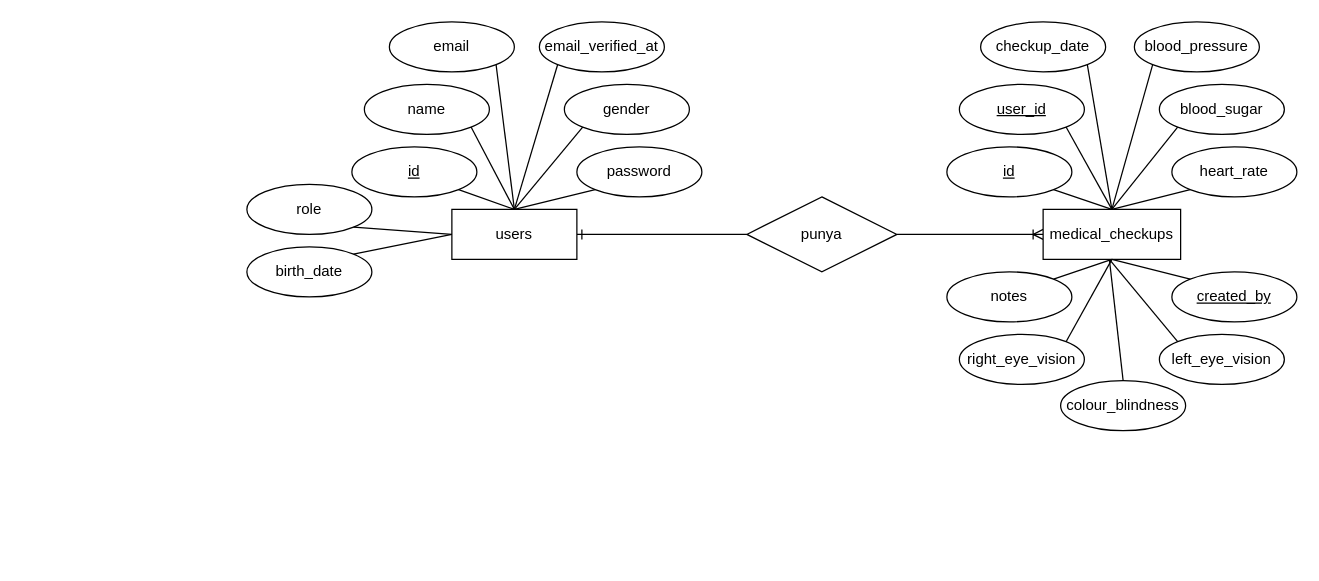
Earlier version of the draw.io diagram Healthy+ - Jurnal.drawio (dapzz-id/DrawIO). Source tidied: cells renumbered, new cells numbered last; positions are measured from the earlier drawing's top-left corner, leaving out a move shared by most shapes. Both pictures are drawn from the tidied source at 125%, with x=0, y=0 at pixel (246, 21).
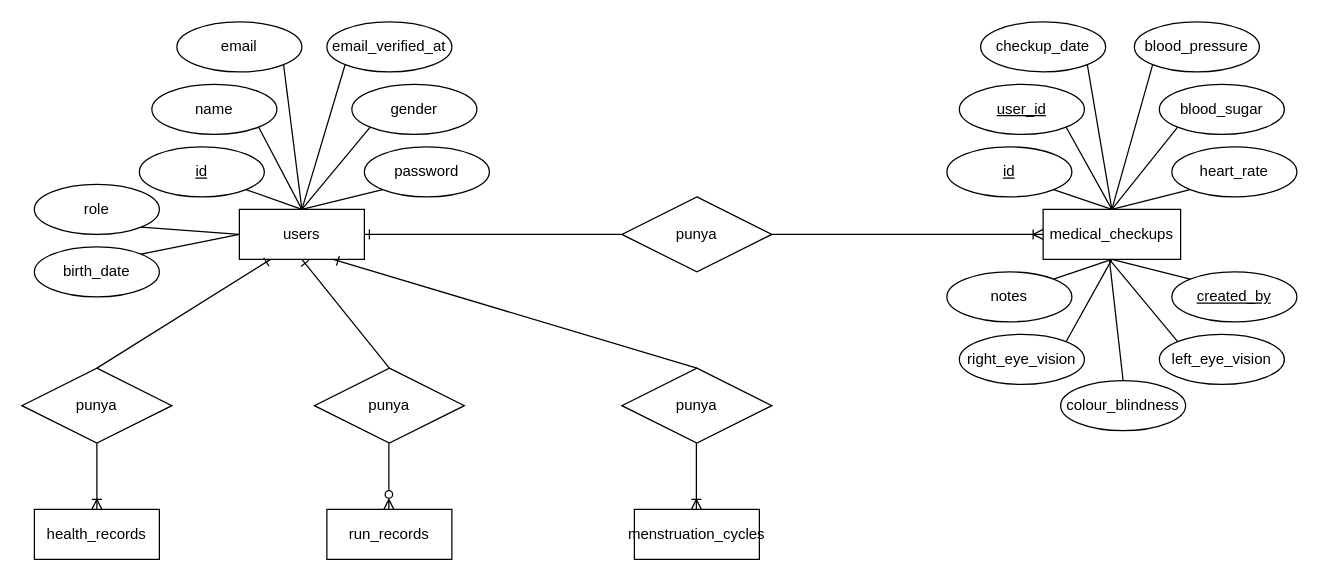
The same page after the edit.

Diff of the diagram source:
```diff
@@
     <mxCell id="3" value="users" style="whiteSpace=wrap;html=1;align=center;" parent="1" vertex="1">
-      <mxGeometry x="164" y="150" width="100" height="40" as="geometry" />
+      <mxGeometry x="-6" y="150" width="100" height="40" as="geometry" />
     </mxCell>
     <mxCell id="4" value="id" style="ellipse;whiteSpace=wrap;html=1;align=center;fontStyle=4;" parent="1" vertex="1">
-      <mxGeometry x="84" y="100" width="100" height="40" as="geometry" />
+      <mxGeometry x="-86" y="100" width="100" height="40" as="geometry" />
     </mxCell>
     <mxCell id="5" value="name" style="ellipse;whiteSpace=wrap;html=1;align=center;" parent="1" vertex="1">
-      <mxGeometry x="94" y="50" width="100" height="40" as="geometry" />
+      <mxGeometry x="-76" y="50" width="100" height="40" as="geometry" />
     </mxCell>
     <mxCell id="6" value="email" style="ellipse;whiteSpace=wrap;html=1;align=center;" parent="1" vertex="1">
-      <mxGeometry x="114" width="100" height="40" as="geometry" />
+      <mxGeometry x="-56" width="100" height="40" as="geometry" />
     </mxCell>
     <mxCell id="7" value="email_verified_at" style="ellipse;whiteSpace=wrap;html=1;align=center;" parent="1" vertex="1">
-      <mxGeometry x="234" width="100" height="40" as="geometry" />
+      <mxGeometry x="64" width="100" height="40" as="geometry" />
     </mxCell>
     <mxCell id="8" value="password" style="ellipse;whiteSpace=wrap;html=1;align=center;" parent="1" vertex="1">
-      <mxGeometry x="264" y="100" width="100" height="40" as="geometry" />
+      <mxGeometry x="94" y="100" width="100" height="40" as="geometry" />
     </mxCell>
     <mxCell id="9" value="role" style="ellipse;whiteSpace=wrap;html=1;align=center;" parent="1" vertex="1">
-      <mxGeometry y="130" width="100" height="40" as="geometry" />
+      <mxGeometry x="-170" y="130" width="100" height="40" as="geometry" />
     </mxCell>
     <mxCell id="10" value="birth_date" style="ellipse;whiteSpace=wrap;html=1;align=center;" parent="1" vertex="1">
-      <mxGeometry y="180" width="100" height="40" as="geometry" />
+      <mxGeometry x="-170" y="180" width="100" height="40" as="geometry" />
     </mxCell>
     <mxCell id="11" value="gender" style="ellipse;whiteSpace=wrap;html=1;align=center;" parent="1" vertex="1">
-      <mxGeometry x="254" y="50" width="100" height="40" as="geometry" />
+      <mxGeometry x="84" y="50" width="100" height="40" as="geometry" />
     </mxCell>
@@
     <mxCell id="21" value="punya" style="shape=rhombus;perimeter=rhombusPerimeter;whiteSpace=wrap;html=1;align=center;" parent="1" vertex="1">
-      <mxGeometry x="400" y="140" width="120" height="60" as="geometry" />
+      <mxGeometry x="300" y="140" width="120" height="60" as="geometry" />
     </mxCell>
@@
+    <mxCell id="45" value="punya" style="shape=rhombus;perimeter=rhombusPerimeter;whiteSpace=wrap;html=1;align=center;" parent="1" vertex="1">
+      <mxGeometry x="54" y="277" width="120" height="60" as="geometry" />
+    </mxCell>
+    <mxCell id="46" value="punya" style="shape=rhombus;perimeter=rhombusPerimeter;whiteSpace=wrap;html=1;align=center;" parent="1" vertex="1">
+      <mxGeometry x="300" y="277" width="120" height="60" as="geometry" />
+    </mxCell>
+    <mxCell id="47" value="punya" style="shape=rhombus;perimeter=rhombusPerimeter;whiteSpace=wrap;html=1;align=center;" parent="1" vertex="1">
+      <mxGeometry x="-180" y="277" width="120" height="60" as="geometry" />
+    </mxCell>
+    <mxCell id="48" style="endArrow=ERone;html=1;rounded=0;entryX=0.25;entryY=1;entryDx=0;entryDy=0;exitX=0.5;exitY=0;exitDx=0;exitDy=0;startArrow=none;startFill=0;endFill=0;" parent="1" edge="1" source="47" target="3">
+      <mxGeometry relative="1" as="geometry" />
+    </mxCell>
+    <mxCell id="49" style="endArrow=none;html=1;rounded=0;entryX=0.5;entryY=0;entryDx=0;entryDy=0;exitX=0.5;exitY=1;exitDx=0;exitDy=0;endFill=0;startFill=0;startArrow=ERone;" parent="1" edge="1" source="3" target="45">
+      <mxGeometry relative="1" as="geometry" />
+    </mxCell>
+    <mxCell id="50" style="endArrow=ERone;html=1;rounded=0;exitX=0.5;exitY=0;exitDx=0;exitDy=0;entryX=0.75;entryY=1;entryDx=0;entryDy=0;endFill=0;" parent="1" edge="1" source="46" target="3">
+      <mxGeometry relative="1" as="geometry" />
+    </mxCell>
+    <mxCell id="51" value="health_records" style="whiteSpace=wrap;html=1;align=center;" parent="1" vertex="1">
+      <mxGeometry x="-170" y="390" width="100" height="40" as="geometry" />
+    </mxCell>
+    <mxCell id="52" style="endArrow=ERoneToMany;html=1;rounded=0;exitX=0.5;exitY=1;exitDx=0;exitDy=0;entryX=0.5;entryY=0;entryDx=0;entryDy=0;endFill=0;" parent="1" edge="1" source="47" target="51">
+      <mxGeometry relative="1" as="geometry" />
+    </mxCell>
+    <mxCell id="53" value="run_records" style="whiteSpace=wrap;html=1;align=center;" parent="1" vertex="1">
+      <mxGeometry x="64" y="390" width="100" height="40" as="geometry" />
+    </mxCell>
+    <mxCell id="54" style="endArrow=ERzeroToMany;html=1;rounded=0;exitX=0.5;exitY=1;exitDx=0;exitDy=0;entryX=0.5;entryY=0;entryDx=0;entryDy=0;endFill=0;" parent="1" edge="1">
+      <mxGeometry relative="1" as="geometry">
+        <mxPoint x="113.6" y="337" as="sourcePoint" />
+        <mxPoint x="113.6" y="390" as="targetPoint" />
+      </mxGeometry>
+    </mxCell>
+    <mxCell id="55" value="menstruation_cycles" style="whiteSpace=wrap;html=1;align=center;" parent="1" vertex="1">
+      <mxGeometry x="310" y="390" width="100" height="40" as="geometry" />
+    </mxCell>
+    <mxCell id="56" style="endArrow=ERoneToMany;html=1;rounded=0;exitX=0.5;exitY=1;exitDx=0;exitDy=0;entryX=0.5;entryY=0;entryDx=0;entryDy=0;endFill=0;" parent="1" edge="1">
+      <mxGeometry relative="1" as="geometry">
+        <mxPoint x="359.6" y="337" as="sourcePoint" />
+        <mxPoint x="359.6" y="390" as="targetPoint" />
+      </mxGeometry>
+    </mxCell>
```
